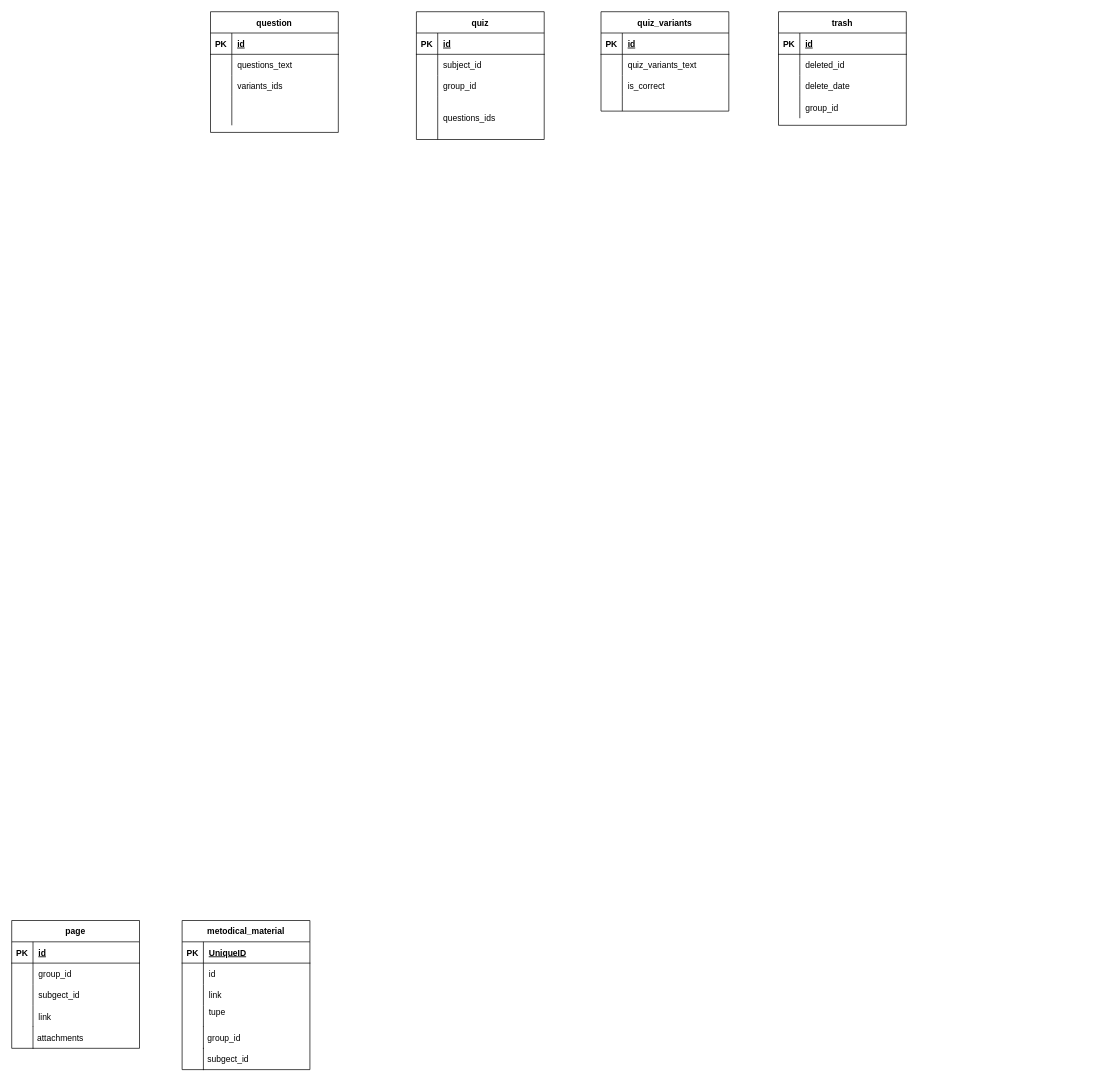
The draw.io diagram Untitled Diagram.drawio in student-archive/backend, before the edit. Source tidied: cells renumbered, new cells numbered last; positions are measured from the earlier drawing's top-left corner, leaving out a move shared by most shapes. Both pictures are drawn from the tidied source at 71%, with x=0, y=0 at pixel (11, 11).
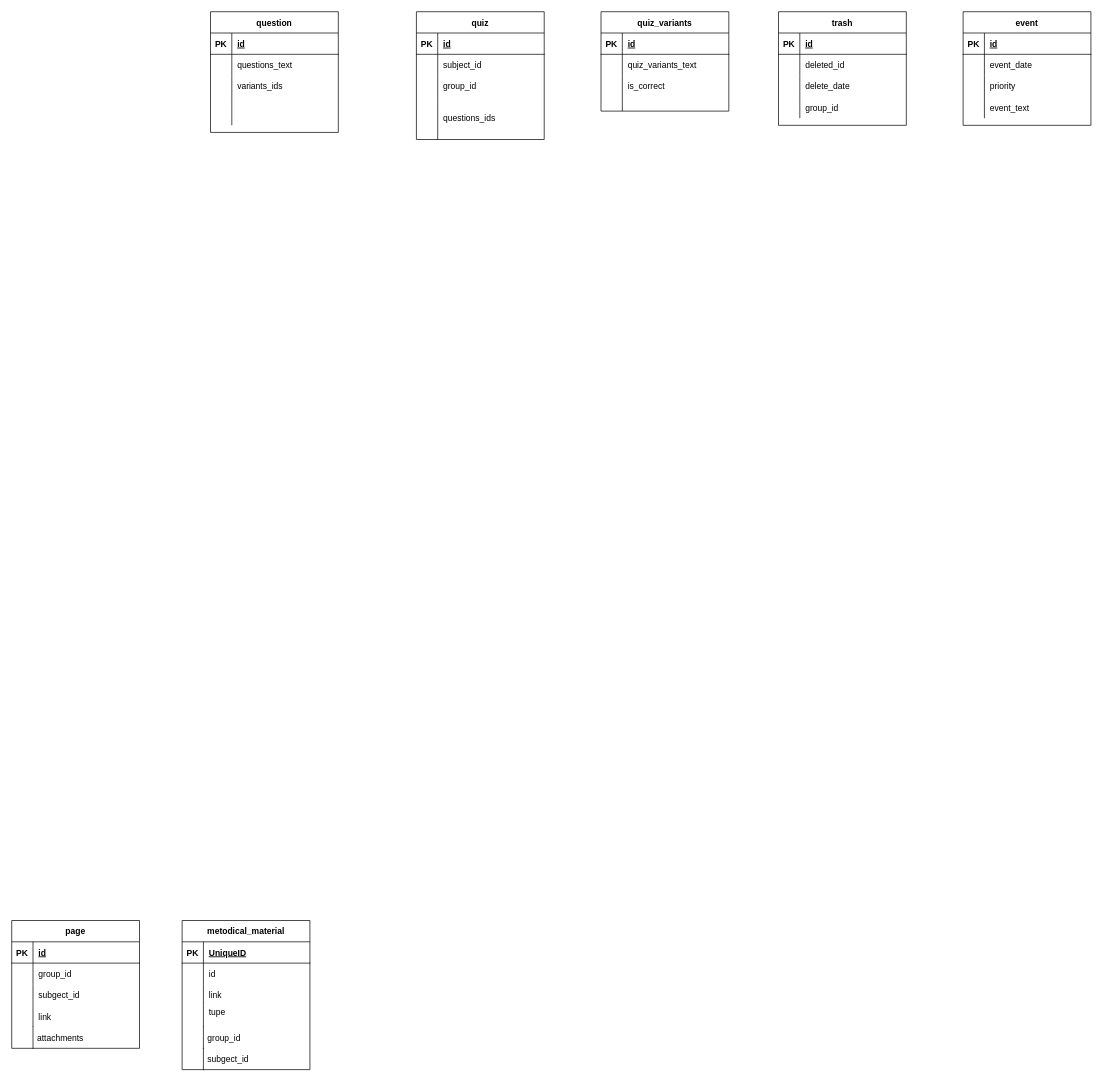
After the change.

Commit message:
feat(databases): add event table

Diff of the diagram source:
```diff
@@
+    <mxCell id="86" value="event" style="shape=table;startSize=30;childLayout=tableLayout;rowLines=0;fontStyle=1;align=center;" parent="1" vertex="1">
+      <mxGeometry x="1340" width="180" height="160" as="geometry" />
+    </mxCell>
+    <mxCell id="87" style="shape=tableRow;horizontal=0;startSize=0;swimlaneHead=0;swimlaneBody=0;fillColor=none;top=0;left=0;right=0;bottom=1;" parent="86" vertex="1">
+      <mxGeometry y="30" width="180" height="30" as="geometry" />
+    </mxCell>
+    <mxCell id="88" value="PK" style="shape=partialRectangle;fillColor=none;top=0;left=0;bottom=0;right=0;fontStyle=1;overflow=hidden;" parent="87" vertex="1">
+      <mxGeometry width="30" height="30" as="geometry" />
+    </mxCell>
+    <mxCell id="89" value="id" style="shape=partialRectangle;fillColor=none;top=0;left=0;bottom=0;right=0;align=left;spacingLeft=6;fontStyle=5;overflow=hidden;" parent="87" vertex="1">
+      <mxGeometry x="30" width="150" height="30" as="geometry" />
+    </mxCell>
+    <mxCell id="90" style="shape=tableRow;horizontal=0;startSize=0;swimlaneHead=0;swimlaneBody=0;fillColor=none;top=0;left=0;right=0;bottom=0;" parent="86" vertex="1">
+      <mxGeometry y="60" width="180" height="30" as="geometry" />
+    </mxCell>
+    <mxCell id="91" style="shape=partialRectangle;fillColor=none;top=0;left=0;bottom=0;right=0;overflow=hidden;" parent="90" vertex="1">
+      <mxGeometry width="30" height="30" as="geometry" />
+    </mxCell>
+    <mxCell id="92" value="event_date" style="shape=partialRectangle;fillColor=none;top=0;left=0;bottom=0;right=0;align=left;spacingLeft=6;overflow=hidden;" parent="90" vertex="1">
+      <mxGeometry x="30" width="150" height="30" as="geometry" />
+    </mxCell>
+    <mxCell id="93" style="shape=tableRow;horizontal=0;startSize=0;swimlaneHead=0;swimlaneBody=0;fillColor=none;top=0;left=0;right=0;bottom=0;" parent="86" vertex="1">
+      <mxGeometry y="90" width="180" height="30" as="geometry" />
+    </mxCell>
+    <mxCell id="94" style="shape=partialRectangle;fillColor=none;top=0;left=0;bottom=0;right=0;overflow=hidden;" parent="93" vertex="1">
+      <mxGeometry width="30" height="30" as="geometry" />
+    </mxCell>
+    <mxCell id="95" value="priority" style="shape=partialRectangle;fillColor=none;top=0;left=0;bottom=0;right=0;align=left;spacingLeft=6;overflow=hidden;" parent="93" vertex="1">
+      <mxGeometry x="30" width="150" height="30" as="geometry" />
+    </mxCell>
+    <mxCell id="96" style="shape=tableRow;horizontal=0;startSize=0;swimlaneHead=0;swimlaneBody=0;fillColor=none;top=0;left=0;right=0;bottom=0;" parent="86" vertex="1">
+      <mxGeometry y="120" width="180" height="30" as="geometry" />
+    </mxCell>
+    <mxCell id="97" style="shape=partialRectangle;fillColor=none;top=0;left=0;bottom=0;right=0;overflow=hidden;" parent="96" vertex="1">
+      <mxGeometry width="30" height="30" as="geometry" />
+    </mxCell>
+    <mxCell id="98" value="event_text" style="shape=partialRectangle;fillColor=none;top=0;left=0;bottom=0;right=0;align=left;spacingLeft=6;overflow=hidden;" parent="96" vertex="1">
+      <mxGeometry x="30" width="150" height="30" as="geometry" />
+    </mxCell>
```
